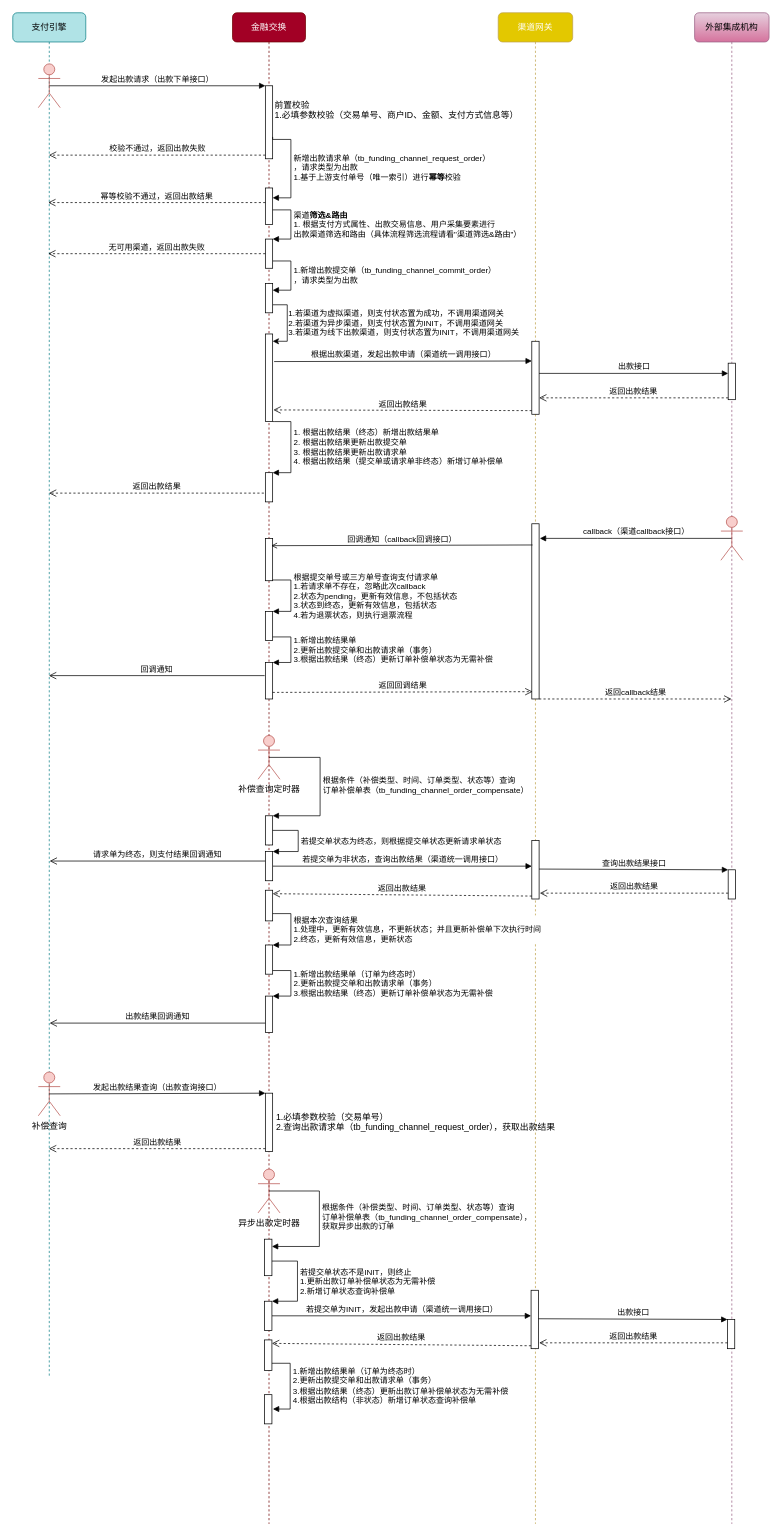
The draw.io diagram page "出款流程" (4 of 8) of 渠道时序图v2.drawio in CatFei666/drawio_gallery, before the edit. Source tidied: cells renumbered, new cells numbered last; positions are measured from the earlier drawing's top-left corner, leaving out a move shared by most shapes. Both pictures are drawn from the tidied source at 73%, with x=0, y=0 at pixel (12, 12).
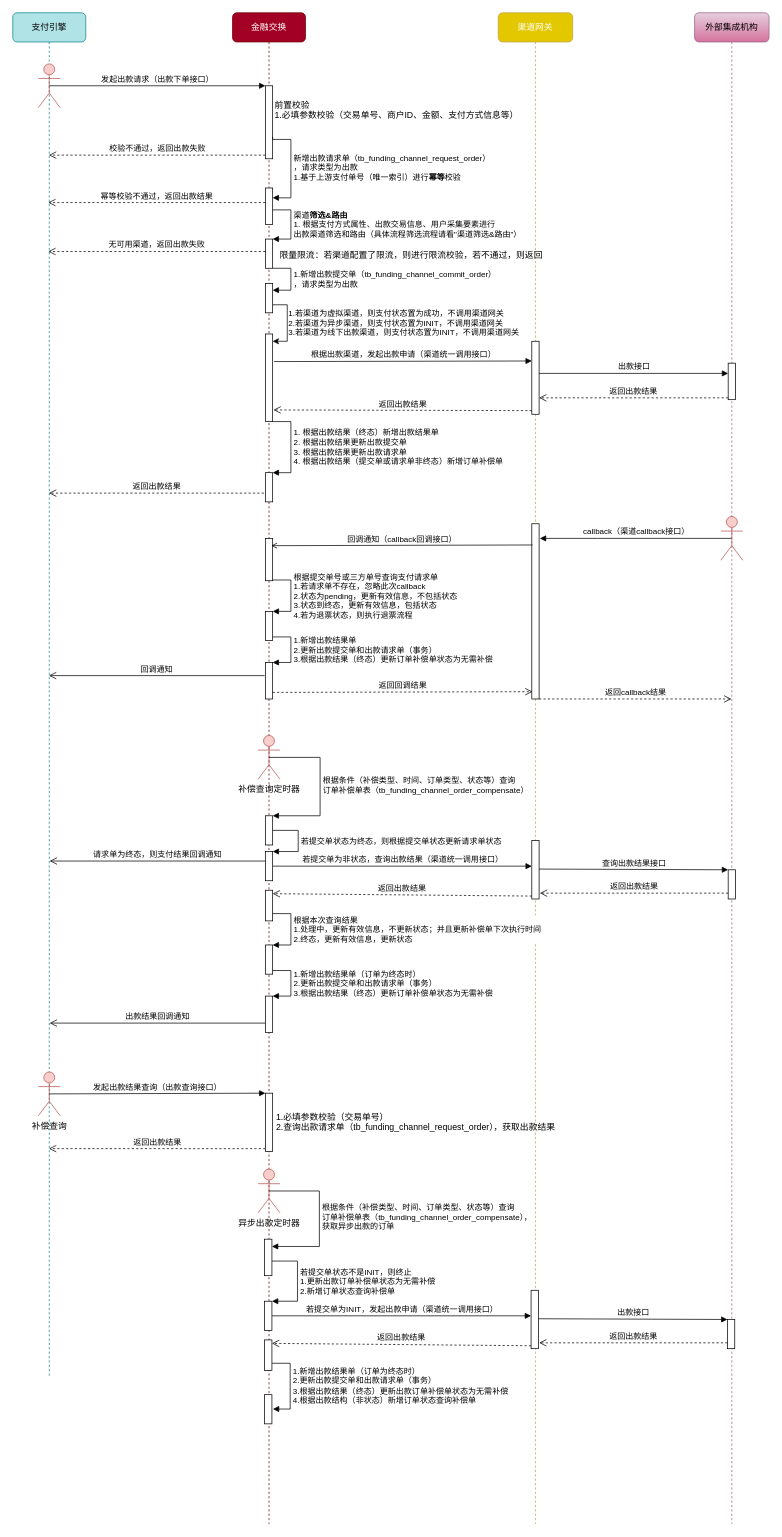
After the change.

Commit message:
更新渠道时序图v2.drawio

Unchanged cells that the change refers to:
```xml
<mxCell id="2" value="金融交换" style="shape=umlLifeline;perimeter=lifelinePerimeter;whiteSpace=wrap;html=1;rounded=1;shadow=0;glass=0;comic=0;sketch=0;strokeWidth=1;fontFamily=Verdana;fillColor=#a20025;strokeColor=#6F0000;fontColor=#ffffff;" parent="1" vertex="1">
  <mxGeometry x="301" width="100" height="2070" as="geometry" />
</mxCell>
<mxCell id="6" style="html=1;points=[];perimeter=orthogonalPerimeter;strokeWidth=1;fillColor=#FFFFFF;align=left;" parent="2" vertex="1">
  <mxGeometry x="45" y="371" width="10" height="40" as="geometry" />
</mxCell>
<mxCell id="16" style="html=1;points=[];perimeter=orthogonalPerimeter;" parent="2" vertex="1">
  <mxGeometry x="45" y="310" width="10" height="40" as="geometry" />
</mxCell>
```

Diff of the diagram source:
```diff
@@
     <mxCell id="7" value="1.新增出款提交单（tb_funding_channel_commit_order）&lt;br&gt;，请求类型为出款" style="edgeStyle=orthogonalEdgeStyle;html=1;align=left;spacingLeft=2;endArrow=block;rounded=0;" parent="2" edge="1" source="16" target="6">
       <mxGeometry relative="1" as="geometry">
         <Array as="points">
-          <mxPoint x="80" y="340" />
+          <mxPoint x="80" y="350" />
           <mxPoint x="80" y="380" />
         </Array>
       </mxGeometry>
     </mxCell>
@@
     <mxCell id="58" value="无可用渠道，返回出款失败" style="html=1;verticalAlign=bottom;endArrow=open;dashed=1;endSize=8;exitX=0.1;exitY=0.725;exitDx=0;exitDy=0;exitPerimeter=0;" parent="1" edge="1">
       <mxGeometry relative="1" as="geometry">
-        <mxPoint x="346" y="330" as="sourcePoint" />
-        <mxPoint x="48.5" y="330" as="targetPoint" />
+        <mxPoint x="346" y="327" as="sourcePoint" />
+        <mxPoint x="48.5" y="327" as="targetPoint" />
       </mxGeometry>
     </mxCell>
@@
+    <mxCell id="79" value="限量限流：若渠道配置了限流，则进行限流校验，若不通过，则返回" style="text;align=left;fontStyle=0;verticalAlign=middle;spacingLeft=3;spacingRight=3;strokeColor=none;" parent="1" vertex="1">
+      <mxGeometry x="361" y="315" width="220" height="33" as="geometry" />
+    </mxCell>
```
